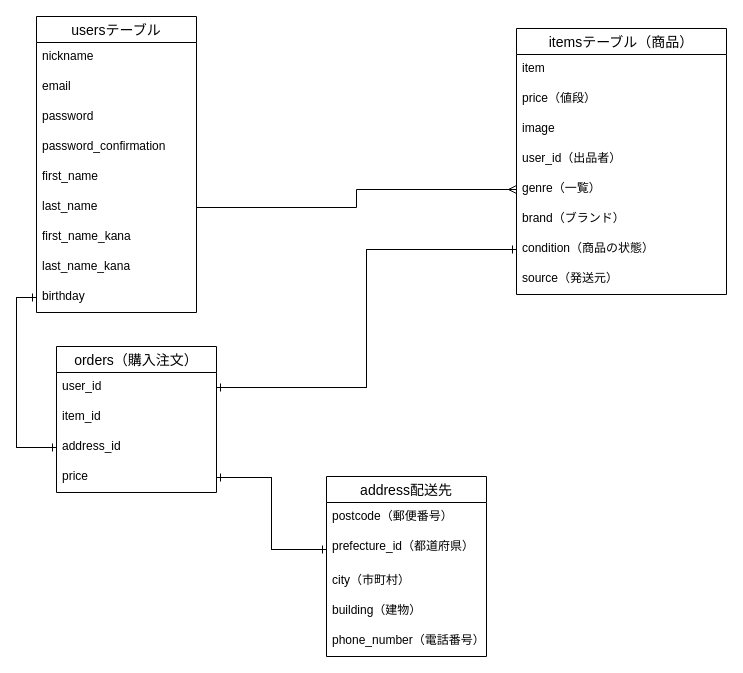
This is .dio from Lucky-Strike65/furima-34513, a draw.io file, before an edit. Source tidied: cells renumbered, new cells numbered last; positions are measured from the earlier drawing's top-left corner, leaving out a move shared by most shapes. Both pictures are drawn from the tidied source at 100%, with x=0, y=0 at pixel (36, 16).
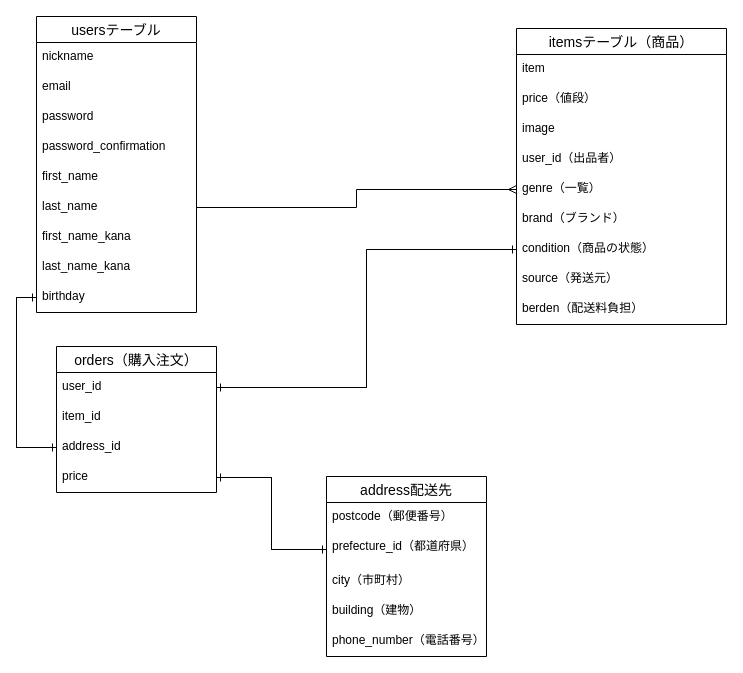
After the change.

Commit message (it also covers changes not shown here):
ER図、README、データベース設計記述

What changed in the source:
```diff
@@
     <mxCell id="12" value="itemsテーブル（商品）" style="swimlane;fontStyle=0;horizontal=1;startSize=26;align=center;fontSize=14;" parent="1" vertex="1">
-      <mxGeometry x="480" y="12" width="210" height="266" as="geometry" />
+      <mxGeometry x="480" y="12" width="210" height="296" as="geometry" />
     </mxCell>
@@
+    <mxCell id="39" value="berden（配送料負担）" style="text;strokeColor=none;fillColor=none;spacingLeft=4;spacingRight=4;overflow=hidden;fontSize=12;" parent="12" vertex="1">
+      <mxGeometry y="266" width="210" height="30" as="geometry" />
+    </mxCell>
```
